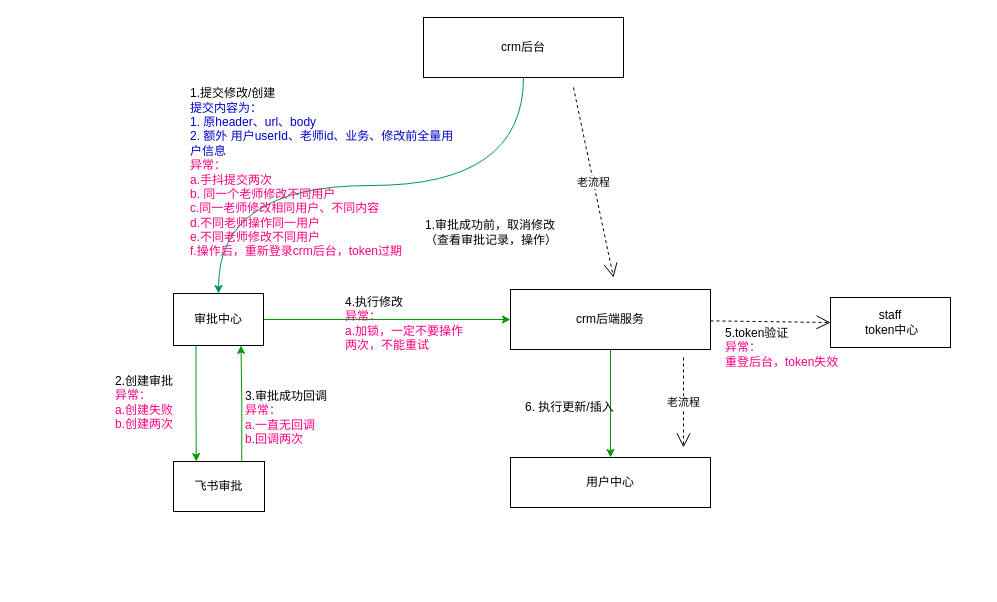
Before: 审批.drawio in xiell2016/hetaoDesign, a draw.io diagram. Source tidied: cells renumbered, new cells numbered last; positions are measured from the earlier drawing's top-left corner, leaving out a move shared by most shapes. Both pictures are drawn from the tidied source at 100%, with x=0, y=0 at pixel (113, 17).
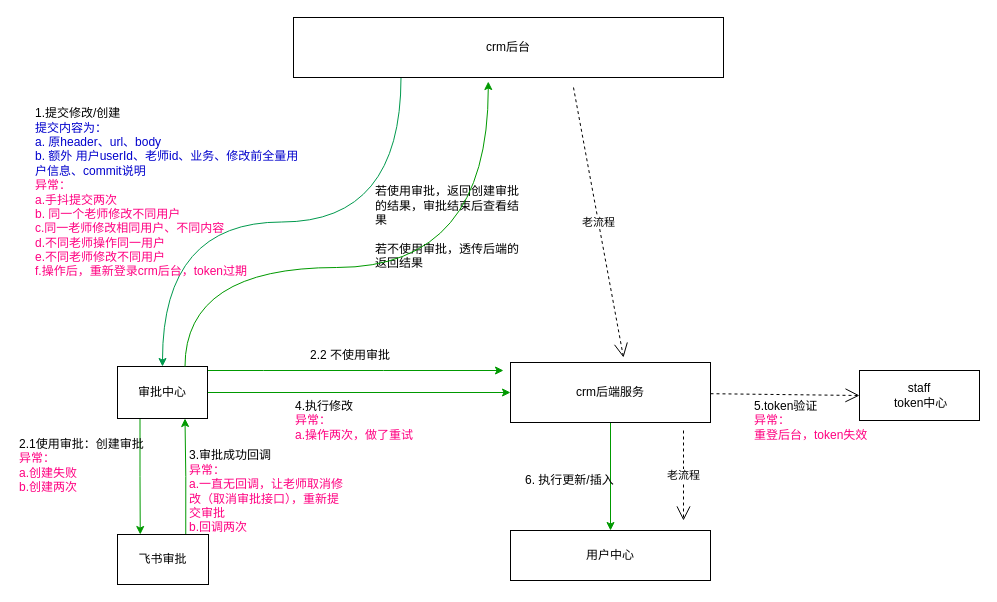
After the change.

What changed in the source:
```diff
@@
-    <mxCell id="2" style="edgeStyle=orthogonalEdgeStyle;rounded=0;jettySize=auto;html=1;exitX=0.5;exitY=1;exitDx=0;exitDy=0;entryX=0.5;entryY=0;entryDx=0;entryDy=0;curved=1;strokeColor=#00994D;fillColor=#99004D;" parent="1" edge="1" source="3" target="6">
+    <mxCell id="2" style="edgeStyle=orthogonalEdgeStyle;rounded=0;jettySize=auto;html=1;exitX=0.25;exitY=1;exitDx=0;exitDy=0;entryX=0.5;entryY=0;entryDx=0;entryDy=0;curved=1;strokeColor=#00994D;fillColor=#99004D;" parent="1" edge="1" source="3" target="6">
       <mxGeometry relative="1" as="geometry" />
     </mxCell>
     <mxCell id="3" value="crm后台" style="rounded=0;whiteSpace=wrap;html=1;" parent="1" vertex="1">
-      <mxGeometry x="310" width="200" height="60" as="geometry" />
+      <mxGeometry x="180" width="430" height="60" as="geometry" />
     </mxCell>
@@
+    <mxCell id="23" style="edgeStyle=orthogonalEdgeStyle;rounded=0;jettySize=auto;html=1;exitX=1;exitY=0;exitDx=0;exitDy=0;strokeColor=#009900;" parent="1" edge="1" source="6">
+      <mxGeometry relative="1" as="geometry">
+        <mxPoint x="390" y="353" as="targetPoint" />
+        <Array as="points">
+          <mxPoint x="150" y="353" />
+          <mxPoint x="270" y="353" />
+          <mxPoint x="270" y="354" />
+        </Array>
+      </mxGeometry>
+    </mxCell>
     <mxCell id="6" value="审批中心" style="rounded=0;whiteSpace=wrap;html=1;" parent="1" vertex="1">
-      <mxGeometry x="60" y="276" width="90" height="52" as="geometry" />
+      <mxGeometry x="4" y="349" width="90" height="52" as="geometry" />
     </mxCell>
@@
     <mxCell id="8" value="crm后端服务" style="rounded=0;whiteSpace=wrap;html=1;" parent="1" vertex="1">
-      <mxGeometry x="397" y="272" width="200" height="60" as="geometry" />
+      <mxGeometry x="397" y="345" width="200" height="60" as="geometry" />
     </mxCell>
     <mxCell id="9" value="用户中心" style="rounded=0;whiteSpace=wrap;html=1;" parent="1" vertex="1">
-      <mxGeometry x="397" y="440" width="200" height="50" as="geometry" />
+      <mxGeometry x="397" y="513" width="200" height="50" as="geometry" />
     </mxCell>
     <mxCell id="10" value="staff&lt;br&gt;&amp;nbsp;token中心" style="rounded=0;whiteSpace=wrap;html=1;" parent="1" vertex="1">
-      <mxGeometry x="717" y="280" width="120" height="50" as="geometry" />
+      <mxGeometry x="746" y="353" width="120" height="50" as="geometry" />
     </mxCell>
-    <mxCell id="11" value="1.提交修改/创建&lt;br&gt;&lt;font color=&quot;#0000cc&quot;&gt;提交内容为：&lt;br style=&quot;border-color: var(--border-color);&quot;&gt;1. 原header、url、body&lt;br style=&quot;border-color: var(--border-color);&quot;&gt;2. 额外 用户userId、老师id、业务、修改前全量用户信息&lt;br&gt;&lt;/font&gt;&lt;font color=&quot;#ff0080&quot;&gt;异常：&lt;br&gt;a.手抖提交两次&lt;br&gt;b.&amp;nbsp;同一个老师修改不同用户&lt;br&gt;c.同一老师修改相同用户、不同内容&lt;br&gt;d.不同老师操作同一用户&lt;br&gt;e.不同老师修改不同用户&lt;br&gt;f.操作后，重新登录crm后台，token过期&lt;/font&gt;" style="text;html=1;strokeColor=none;fillColor=none;align=left;verticalAlign=middle;whiteSpace=wrap;rounded=0;" parent="1" vertex="1">
-      <mxGeometry x="75" y="70" width="275" height="170" as="geometry" />
+    <mxCell id="11" value="1.提交修改/创建&lt;br&gt;&lt;font color=&quot;#0000cc&quot;&gt;提交内容为：&lt;br style=&quot;border-color: var(--border-color);&quot;&gt;a. 原header、url、body&lt;br style=&quot;border-color: var(--border-color);&quot;&gt;b. 额外 用户userId、老师id、业务、修改前全量用户信息、commit说明&lt;br&gt;&lt;/font&gt;&lt;font color=&quot;#ff0080&quot;&gt;异常：&lt;br&gt;a.手抖提交两次&lt;br&gt;b.&amp;nbsp;同一个老师修改不同用户&lt;br&gt;c.同一老师修改相同用户、不同内容&lt;br&gt;d.不同老师操作同一用户&lt;br&gt;e.不同老师修改不同用户&lt;br&gt;f.操作后，重新登录crm后台，token过期&lt;/font&gt;" style="text;html=1;strokeColor=none;fillColor=none;align=left;verticalAlign=middle;whiteSpace=wrap;rounded=0;" parent="1" vertex="1">
+      <mxGeometry x="-80" y="90" width="275" height="170" as="geometry" />
     </mxCell>
@@
     <mxCell id="13" value="飞书审批" style="rounded=0;whiteSpace=wrap;html=1;" parent="1" vertex="1">
-      <mxGeometry x="60" y="444" width="91" height="50" as="geometry" />
+      <mxGeometry x="4" y="517" width="91" height="50" as="geometry" />
     </mxCell>
@@
-    <mxCell id="15" value="2.创建审批&lt;br&gt;&lt;font color=&quot;#ff0080&quot;&gt;异常：&lt;br&gt;a.创建失败&lt;br&gt;b.创建两次&lt;/font&gt;" style="text;html=1;strokeColor=none;fillColor=none;align=left;verticalAlign=middle;whiteSpace=wrap;rounded=0;" parent="1" vertex="1">
-      <mxGeometry y="350" width="100" height="70" as="geometry" />
+    <mxCell id="15" value="2.1使用审批：创建审批&lt;br&gt;&lt;font color=&quot;#ff0080&quot;&gt;异常：&lt;br&gt;a.创建失败&lt;br&gt;b.创建两次&lt;/font&gt;" style="text;html=1;strokeColor=none;fillColor=none;align=left;verticalAlign=middle;whiteSpace=wrap;rounded=0;" parent="1" vertex="1">
+      <mxGeometry x="-96" y="403" width="140" height="90" as="geometry" />
     </mxCell>
-    <mxCell id="16" value="3.审批成功回调&lt;br&gt;&lt;font color=&quot;#ff0080&quot;&gt;异常：&lt;br&gt;a.一直无回调&lt;br&gt;b.回调两次&lt;/font&gt;" style="text;html=1;strokeColor=none;fillColor=none;align=left;verticalAlign=middle;whiteSpace=wrap;rounded=0;" parent="1" vertex="1">
-      <mxGeometry x="130" y="370" width="90" height="60" as="geometry" />
+    <mxCell id="16" value="3.审批成功回调&lt;br&gt;&lt;font color=&quot;#ff0080&quot;&gt;异常：&lt;br&gt;a.一直无回调，让老师取消修改（取消审批接口），重新提交审批&lt;br&gt;b.回调两次&lt;/font&gt;" style="text;html=1;strokeColor=none;fillColor=none;align=left;verticalAlign=middle;whiteSpace=wrap;rounded=0;" parent="1" vertex="1">
+      <mxGeometry x="74" y="420" width="156" height="107" as="geometry" />
     </mxCell>
-    <mxCell id="17" value="1.审批成功前，取消修改&lt;br&gt;（查看审批记录，操作）" style="text;html=1;strokeColor=none;fillColor=none;align=left;verticalAlign=middle;whiteSpace=wrap;rounded=0;" parent="1" vertex="1">
-      <mxGeometry x="310" y="190" width="150" height="50" as="geometry" />
-    </mxCell>
-    <mxCell id="18" value="4.执行修改&lt;br&gt;&lt;font color=&quot;#ff0080&quot;&gt;异常：&lt;br&gt;a.加锁，一定不要操作两次，不能重试&lt;/font&gt;" style="text;html=1;strokeColor=none;fillColor=none;align=left;verticalAlign=middle;whiteSpace=wrap;rounded=0;" parent="1" vertex="1">
-      <mxGeometry x="230" y="276" width="120" height="60" as="geometry" />
+    <mxCell id="18" value="4.执行修改&lt;br&gt;&lt;font color=&quot;#ff0080&quot;&gt;异常：&lt;br&gt;a.操作两次，做了重试&lt;/font&gt;" style="text;html=1;strokeColor=none;fillColor=none;align=left;verticalAlign=middle;whiteSpace=wrap;rounded=0;" parent="1" vertex="1">
+      <mxGeometry x="180" y="373" width="150" height="60" as="geometry" />
     </mxCell>
     <mxCell id="19" value="5.token验证&lt;br&gt;&lt;font color=&quot;#ff0080&quot;&gt;异常：&lt;br&gt;重登后台，token失效&lt;br&gt;&lt;/font&gt;" style="text;html=1;strokeColor=none;fillColor=none;align=left;verticalAlign=middle;whiteSpace=wrap;rounded=0;" parent="1" vertex="1">
-      <mxGeometry x="610" y="300" width="120" height="60" as="geometry" />
+      <mxGeometry x="639" y="373" width="120" height="60" as="geometry" />
     </mxCell>
     <mxCell id="20" value="6. 执行更新/插入&lt;font color=&quot;#ff0080&quot;&gt;&lt;br&gt;&lt;/font&gt;" style="text;html=1;strokeColor=none;fillColor=none;align=left;verticalAlign=middle;whiteSpace=wrap;rounded=0;" parent="1" vertex="1">
-      <mxGeometry x="410" y="360" width="120" height="60" as="geometry" />
+      <mxGeometry x="410" y="433" width="120" height="60" as="geometry" />
     </mxCell>
     <mxCell id="21" value="老流程" style="endArrow=open;endSize=12;dashed=1;html=1;rounded=0;" parent="1" edge="1">
       <mxGeometry relative="1" as="geometry">
         <mxPoint x="460" y="70" as="sourcePoint" />
-        <mxPoint x="500" y="260" as="targetPoint" />
+        <mxPoint x="510" y="340" as="targetPoint" />
       </mxGeometry>
     </mxCell>
     <mxCell id="22" value="老流程" style="endArrow=open;endSize=12;dashed=1;html=1;rounded=0;" parent="1" edge="1">
       <mxGeometry relative="1" as="geometry">
-        <mxPoint x="570" y="340" as="sourcePoint" />
-        <mxPoint x="570" y="430" as="targetPoint" />
+        <mxPoint x="570" y="413" as="sourcePoint" />
+        <mxPoint x="570" y="503" as="targetPoint" />
       </mxGeometry>
     </mxCell>
+    <mxCell id="24" value="2.2 不使用审批&lt;font color=&quot;#ff0080&quot;&gt;&lt;br&gt;&lt;/font&gt;" style="text;html=1;strokeColor=none;fillColor=none;align=left;verticalAlign=middle;whiteSpace=wrap;rounded=0;" parent="1" vertex="1">
+      <mxGeometry x="195" y="323" width="90" height="30" as="geometry" />
+    </mxCell>
+    <mxCell id="25" value="若使用审批，返回创建审批的结果，审批结束后查看结果&lt;br&gt;&lt;br&gt;若不使用审批，透传后端的返回结果" style="text;html=1;strokeColor=none;fillColor=none;align=left;verticalAlign=middle;whiteSpace=wrap;rounded=0;" parent="1" vertex="1">
+      <mxGeometry x="260" y="160" width="150" height="100" as="geometry" />
+    </mxCell>
+    <mxCell id="26" style="edgeStyle=orthogonalEdgeStyle;rounded=0;jettySize=auto;html=1;exitX=0.75;exitY=0;exitDx=0;exitDy=0;entryX=0.453;entryY=1.067;entryDx=0;entryDy=0;entryPerimeter=0;curved=1;strokeColor=#009900;" parent="1" edge="1" source="6" target="3">
+      <mxGeometry relative="1" as="geometry">
+        <Array as="points">
+          <mxPoint x="72" y="250" />
+          <mxPoint x="375" y="250" />
+        </Array>
+      </mxGeometry>
+    </mxCell>
```
